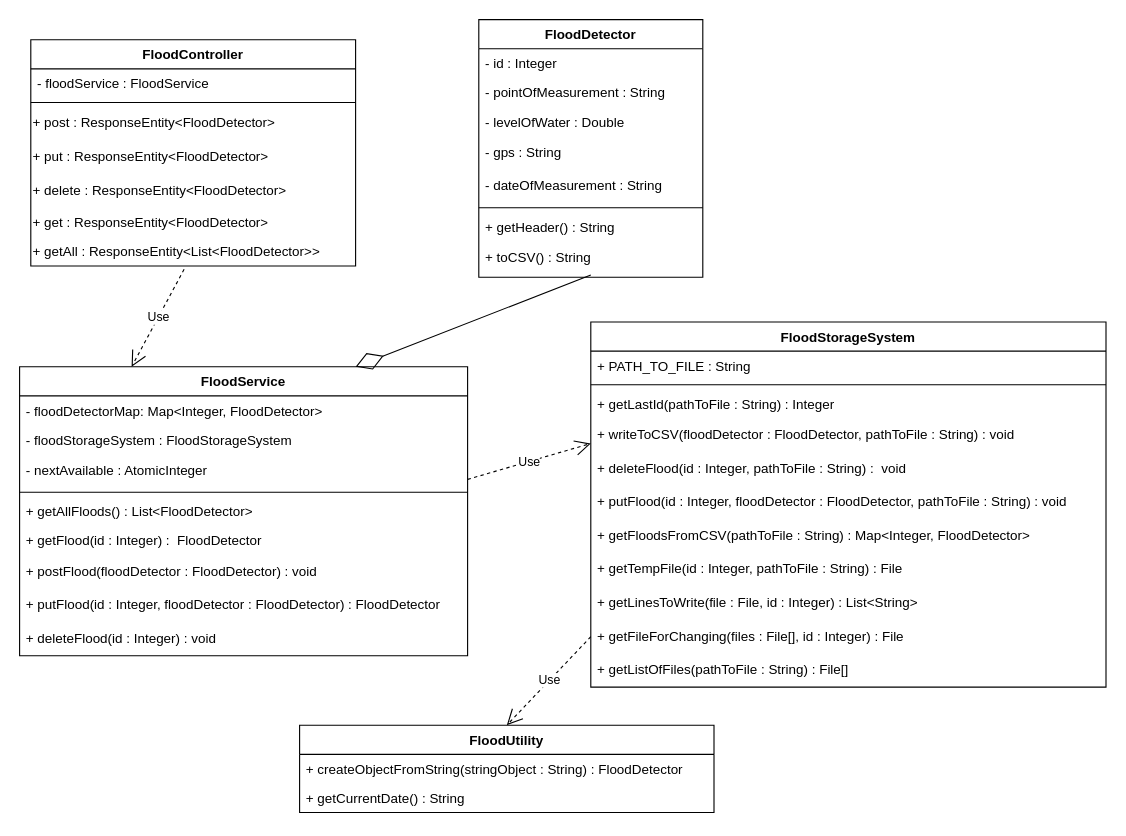
This is Early-Flood-Detection.drawio from Danvace/Early-Flood-Detection, a draw.io file, before an edit. Source tidied: cells renumbered, new cells numbered last; positions are measured from the earlier drawing's top-left corner, leaving out a move shared by most shapes. Both pictures are drawn from the tidied source at 112%, with x=0, y=0 at pixel (19, 19).
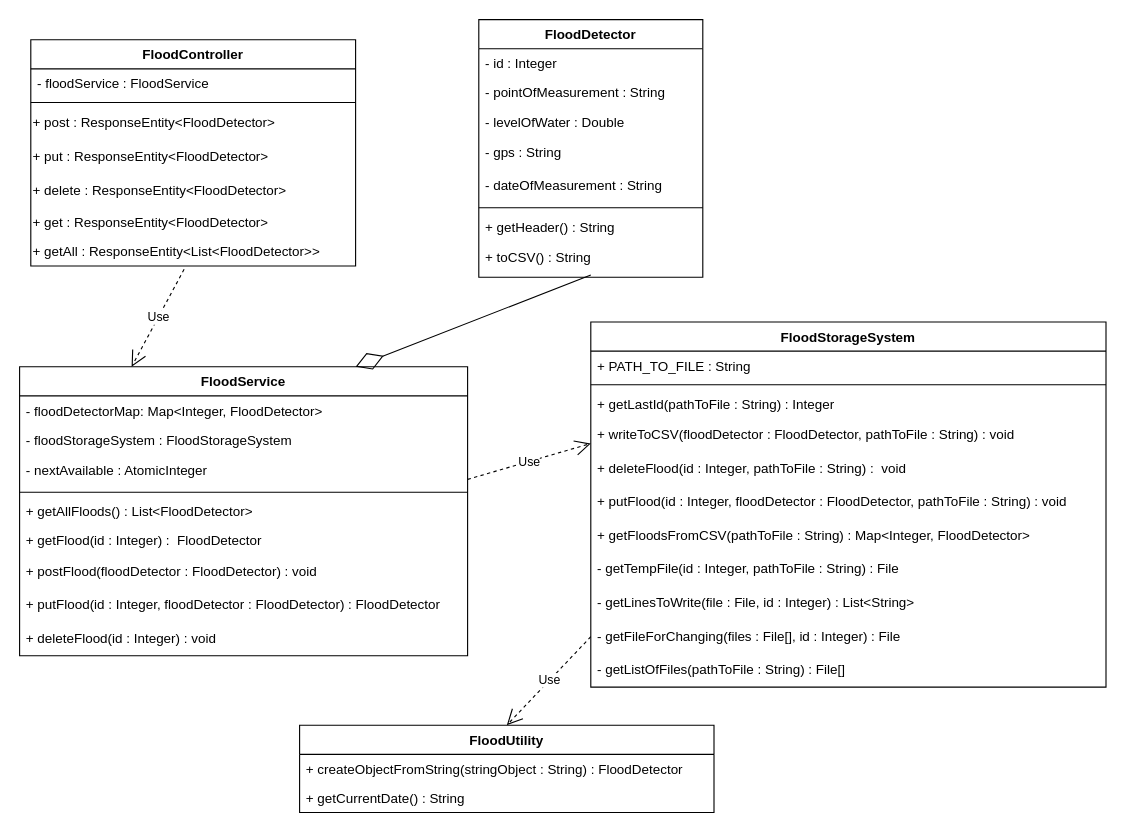
After the change.

Unchanged cells that the change refers to:
```xml
<mxCell id="31" value="FloodStorageSystem" style="swimlane;fontStyle=1;align=center;verticalAlign=top;horizontal=1;startSize=26;whiteSpace=wrap;html=1;" parent="1" vertex="1">
  <mxGeometry x="510" y="270" width="460" height="326" as="geometry" />
</mxCell>
```

Change to the diagram source:
```diff
@@
-    <mxCell id="39" value="+ getTempFile(id : Integer, pathToFile : String) : File" style="text;html=1;strokeColor=none;fillColor=none;align=left;verticalAlign=middle;whiteSpace=wrap;rounded=0;spacingLeft=4;spacingRight=4;" parent="31" vertex="1">
+    <mxCell id="39" value="- getTempFile(id : Integer, pathToFile : String) : File" style="text;html=1;strokeColor=none;fillColor=none;align=left;verticalAlign=middle;whiteSpace=wrap;rounded=0;spacingLeft=4;spacingRight=4;" parent="31" vertex="1">
       <mxGeometry y="206" width="460" height="30" as="geometry" />
     </mxCell>
-    <mxCell id="40" value="+ getLinesToWrite(file : File, id : Integer) : List&amp;lt;String&amp;gt;" style="text;html=1;strokeColor=none;fillColor=none;align=left;verticalAlign=middle;whiteSpace=wrap;rounded=0;spacingLeft=4;spacingRight=4;" parent="31" vertex="1">
+    <mxCell id="40" value="- getLinesToWrite(file : File, id : Integer) : List&amp;lt;String&amp;gt;" style="text;html=1;strokeColor=none;fillColor=none;align=left;verticalAlign=middle;whiteSpace=wrap;rounded=0;spacingLeft=4;spacingRight=4;" parent="31" vertex="1">
       <mxGeometry y="236" width="460" height="30" as="geometry" />
     </mxCell>
-    <mxCell id="41" value="+ getFileForChanging(files : File[], id : Integer) : File" style="text;html=1;strokeColor=none;fillColor=none;align=left;verticalAlign=middle;whiteSpace=wrap;rounded=0;spacingLeft=4;spacingRight=4;" parent="31" vertex="1">
+    <mxCell id="41" value="- getFileForChanging(files : File[], id : Integer) : File" style="text;html=1;strokeColor=none;fillColor=none;align=left;verticalAlign=middle;whiteSpace=wrap;rounded=0;spacingLeft=4;spacingRight=4;" parent="31" vertex="1">
       <mxGeometry y="266" width="460" height="30" as="geometry" />
     </mxCell>
-    <mxCell id="42" value="+ getListOfFiles(pathToFile : String) : File[]" style="text;html=1;strokeColor=none;fillColor=none;align=left;verticalAlign=middle;whiteSpace=wrap;rounded=0;spacingLeft=4;spacingRight=4;" parent="31" vertex="1">
+    <mxCell id="42" value="- getListOfFiles(pathToFile : String) : File[]" style="text;html=1;strokeColor=none;fillColor=none;align=left;verticalAlign=middle;whiteSpace=wrap;rounded=0;spacingLeft=4;spacingRight=4;" parent="31" vertex="1">
       <mxGeometry y="296" width="460" height="30" as="geometry" />
     </mxCell>
```
